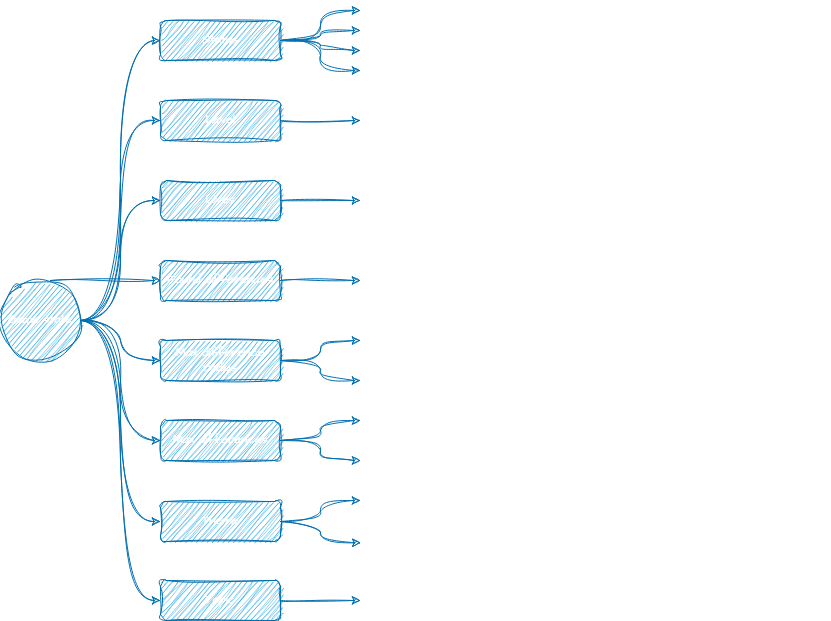
The draw.io diagram game-state.drawio.png in vasilyoshev/ai-assistant, before a commit. Source tidied: cells renumbered, new cells last; positions are measured from the earlier drawing's top-left corner, leaving out a move shared by most shapes.
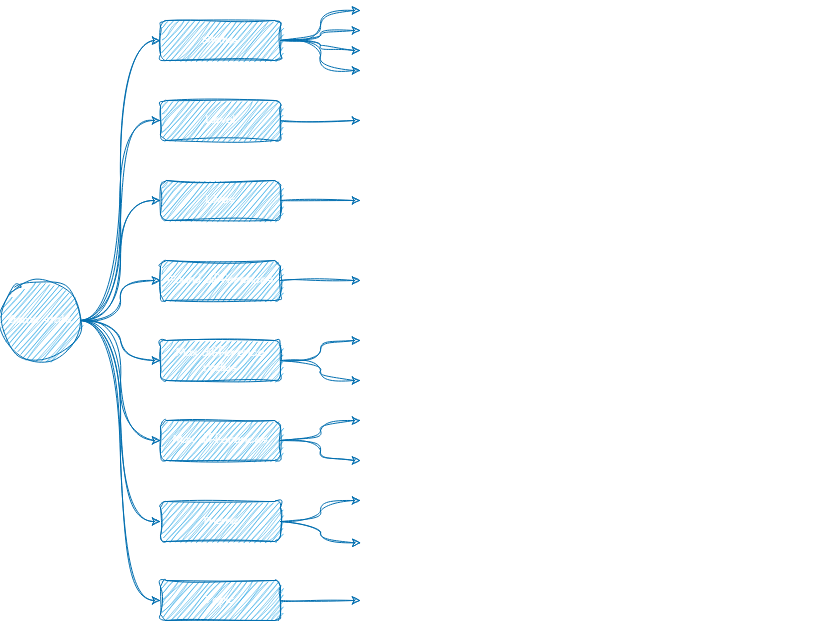
Above is the later version.

Change to the diagram source:
```diff
@@ -5,11 +5,6 @@
     <mxCell id="2" style="edgeStyle=orthogonalEdgeStyle;rounded=0;sketch=1;hachureGap=4;jiggle=2;curveFitting=1;jettySize=auto;html=1;entryX=0;entryY=0.5;entryDx=0;entryDy=0;fontFamily=Architects Daughter;fontSource=https%3A%2F%2Ffonts.googleapis.com%2Fcss%3Ffamily%3DArchitects%2BDaughter;curved=1;fontColor=#000000;fillColor=#1ba1e2;strokeColor=#006EAF;" parent="1" edge="1" source="10" target="15">
       <mxGeometry relative="1" as="geometry" />
     </mxCell>
-    <mxCell id="3" style="edgeStyle=orthogonalEdgeStyle;rounded=0;sketch=1;hachureGap=4;jiggle=2;curveFitting=1;jettySize=auto;html=1;entryX=0;entryY=0.5;entryDx=0;entryDy=0;fontFamily=Architects Daughter;fontSource=https%3A%2F%2Ffonts.googleapis.com%2Fcss%3Ffamily%3DArchitects%2BDaughter;curved=1;fontColor=#000000;fillColor=#1ba1e2;strokeColor=#006EAF;" parent="1" edge="1" target="25">
-      <mxGeometry relative="1" as="geometry">
-        <mxPoint x="50" y="280" as="sourcePoint" />
-      </mxGeometry>
-    </mxCell>
     <mxCell id="4" style="edgeStyle=orthogonalEdgeStyle;rounded=0;sketch=1;hachureGap=4;jiggle=2;curveFitting=1;jettySize=auto;html=1;entryX=0;entryY=0.5;entryDx=0;entryDy=0;fontFamily=Architects Daughter;fontSource=https%3A%2F%2Ffonts.googleapis.com%2Fcss%3Ffamily%3DArchitects%2BDaughter;curved=1;fontColor=#000000;fillColor=#1ba1e2;strokeColor=#006EAF;" parent="1" edge="1" source="10" target="13">
       <mxGeometry relative="1" as="geometry" />
     </mxCell>
@@ -28,6 +23,9 @@
     <mxCell id="9" style="edgeStyle=orthogonalEdgeStyle;rounded=0;sketch=1;hachureGap=4;jiggle=2;curveFitting=1;jettySize=auto;html=1;entryX=0;entryY=0.5;entryDx=0;entryDy=0;fontFamily=Architects Daughter;fontSource=https%3A%2F%2Ffonts.googleapis.com%2Fcss%3Ffamily%3DArchitects%2BDaughter;curved=1;fontColor=#000000;fillColor=#1ba1e2;strokeColor=#006EAF;" parent="1" edge="1" source="10" target="30">
       <mxGeometry relative="1" as="geometry" />
     </mxCell>
+    <mxCell id="47" style="edgeStyle=orthogonalEdgeStyle;rounded=0;sketch=1;hachureGap=4;jiggle=2;curveFitting=1;jettySize=auto;html=1;entryX=0;entryY=0.5;entryDx=0;entryDy=0;fontFamily=Architects Daughter;fontSource=https%3A%2F%2Ffonts.googleapis.com%2Fcss%3Ffamily%3DArchitects%2BDaughter;fontSize=12;fontColor=default;curved=1;fillColor=#1ba1e2;strokeColor=#006EAF;" parent="1" edge="1" source="10" target="25">
+      <mxGeometry relative="1" as="geometry" />
+    </mxCell>
     <mxCell id="10" value="Game state" style="ellipse;whiteSpace=wrap;html=1;sketch=1;hachureGap=4;jiggle=2;curveFitting=1;fontFamily=Architects Daughter;fontSource=https%3A%2F%2Ffonts.googleapis.com%2Fcss%3Ffamily%3DArchitects%2BDaughter;fillColor=#1ba1e2;strokeColor=#006EAF;fontColor=#ffffff;" parent="1" vertex="1">
       <mxGeometry y="280" width="80" height="80" as="geometry" />
     </mxCell>
```
